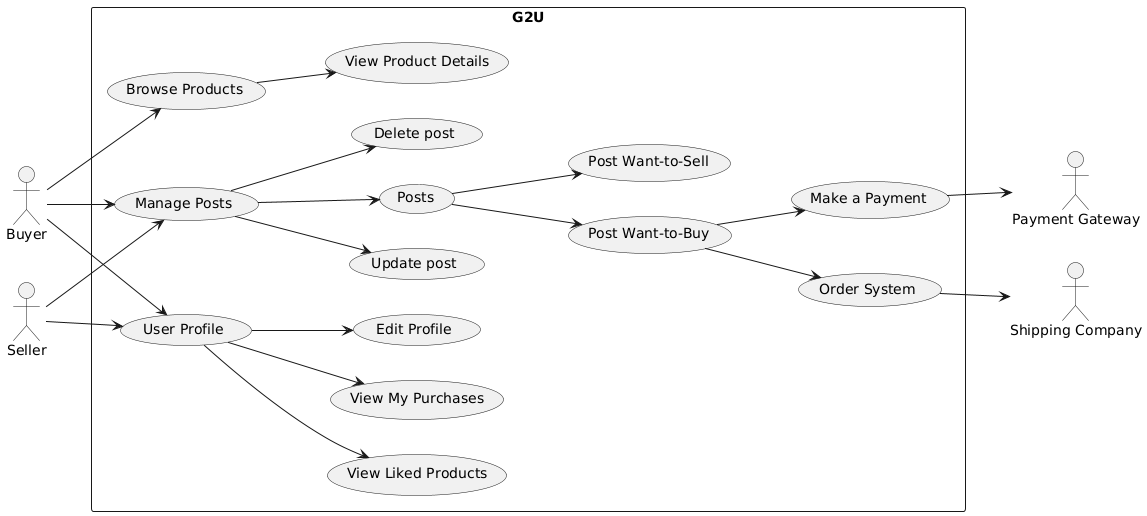
G2U-CPE36/G2U_docs keeps this PlantUML diagram as final_report/chapters/ch-03/00_usecase.png. Above is the earlier version.
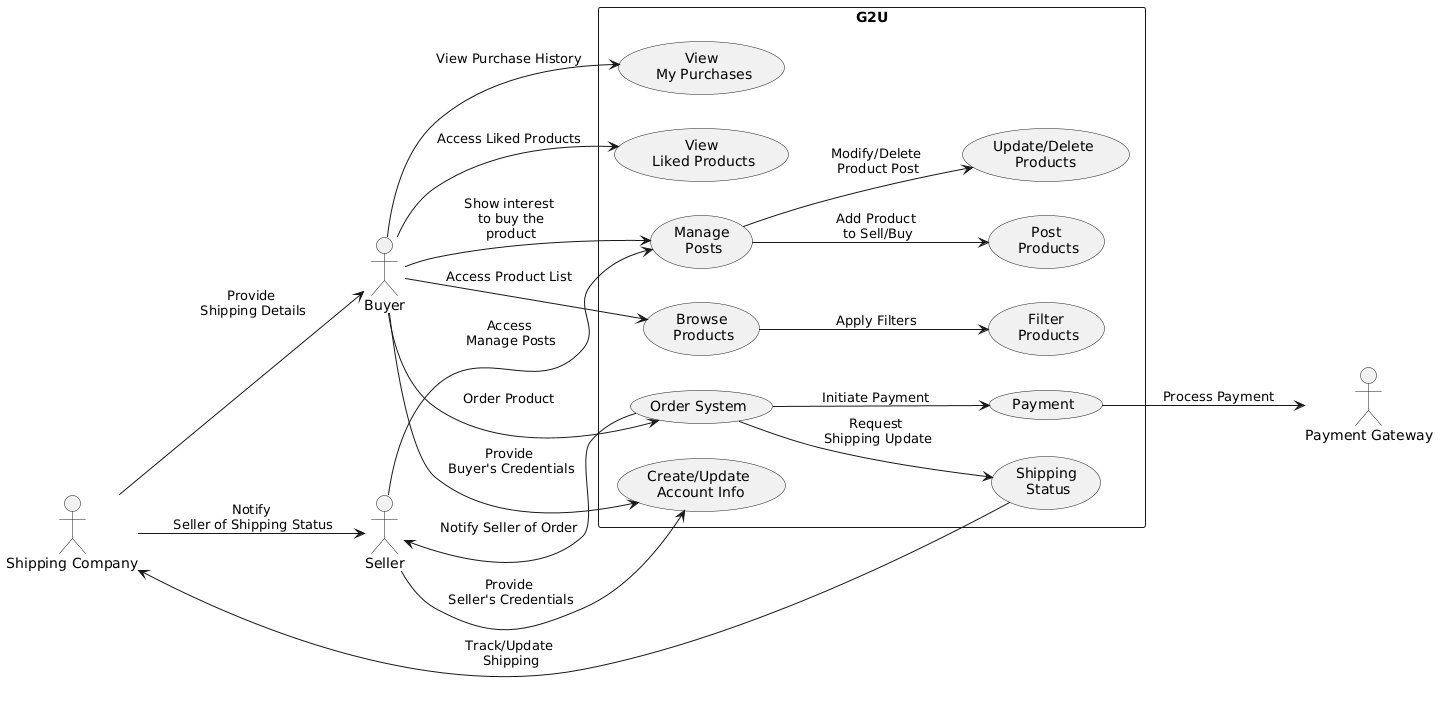
After the commit.

Commit message:
Fix: new use case diagram in final_report

What changed in the source:
```diff
@@ -7,45 +7,43 @@
 actor "Shipping Company" as ShippingCompany
 
 rectangle "G2U" {
-    usecase "Browse Products" as BrowseProduct
-    usecase "View Product Details" as ViewProduct
-    usecase "User Profile" as UserProfile
-    usecase "Edit Profile" as EditProfile
-    usecase "View Liked Products" as LikedProducts
-    usecase "View My Purchases" as MyPurchases
-    usecase "Manage Posts" as ManagePosts
-    usecase "Post Want-to-Buy" as WantToBuy
-    usecase "Post Want-to-Sell" as WantToSell
-    usecase "Make a Payment" as MakePayment
-    usecase "Delete post" as DeletePost
-    usecase "Update post" as UpdatePost
-    usecase "Posts" as Posts
+    usecase "Create/Update\n Account Info" as AccountInfo
+    usecase "View\n My Purchases" as MyPurchases
+    usecase "View\n Liked Products" as LikedProducts
+    usecase "Browse\n Products" as BrowseProducts
+    usecase "Filter\n Products" as FilterProducts
+    usecase "Manage\n Posts" as ManagePosts
+    usecase "Post\n Products" as PostProducts
+    usecase "Update/Delete\n Products" as UpdateDeleteProducts
     usecase "Order System" as OrderSystem
+    usecase "Payment" as Payment
+    usecase "Shipping\n Status" as ShippingStatus
 }
 
-Buyer--> BrowseProduct
-Buyer --> UserProfile
-Buyer --> ManagePosts
+Buyer --> AccountInfo : "Provide\n Buyer's Credentials"
+Seller --> AccountInfo : "Provide\n Seller's Credentials"
 
-Seller --> UserProfile
-Seller --> ManagePosts
+Buyer --> BrowseProducts : "Access Product List"
+BrowseProducts --> FilterProducts : "Apply Filters"
 
-BrowseProduct --> ViewProduct
+Buyer --> MyPurchases : "View Purchase History"
+Buyer --> LikedProducts : "Access Liked Products"
 
+Buyer --> ManagePosts : "Show interest\n to buy the\n product"
+Seller --> ManagePosts : "Access\n Manage Posts"
 
-ManagePosts --> DeletePost
-ManagePosts --> UpdatePost
-ManagePosts --> Posts
+ManagePosts --> PostProducts : "Add Product\n to Sell/Buy"
+ManagePosts --> UpdateDeleteProducts : "Modify/Delete\n Product Post"
 
-Posts--> WantToBuy
-Posts--> WantToSell
+Buyer --> OrderSystem : "Order Product"
+OrderSystem --> Seller : "Notify Seller of Order"
 
-UserProfile --> LikedProducts
-UserProfile --> EditProfile
-UserProfile --> MyPurchases
+OrderSystem --> Payment : "Initiate Payment"
+Payment --> PaymentGateway : "Process Payment"
 
-WantToBuy --> MakePayment
-WantToBuy  --> OrderSystem
-OrderSystem --> ShippingCompany
-MakePayment --> PaymentGateway
+OrderSystem --> ShippingStatus : "Request\n Shipping Update"
+ShippingStatus --> ShippingCompany : "Track/Update\n Shipping"
+
+ShippingCompany --> Buyer : "Provide\n Shipping Details"
+ShippingCompany --> Seller : "Notify\n Seller of Shipping Status"
 @enduml
```
